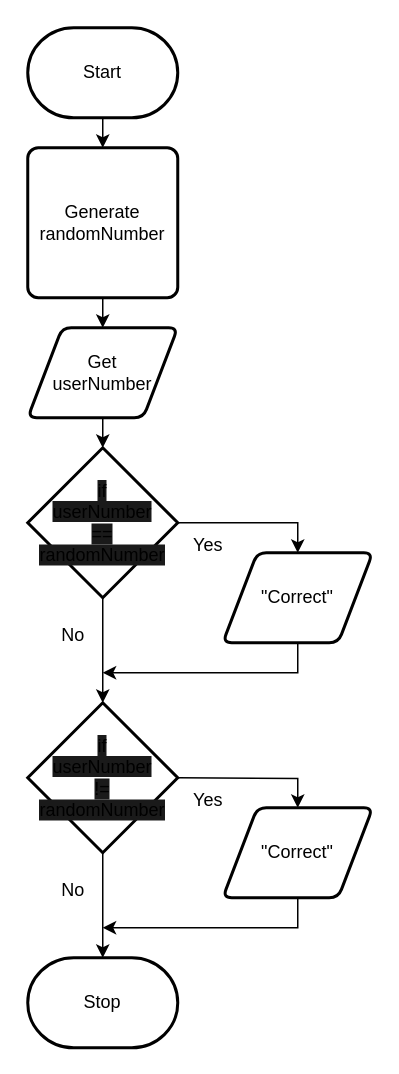
Earlier version of the draw.io diagram design/flowchart.drawio (MTHS-ICD2O-1-2024/ICD2O-Unit-5-01-peter-zerbinos). Source tidied: cells renumbered, new cells numbered last; positions are measured from the earlier drawing's top-left corner, leaving out a move shared by most shapes. Both pictures are drawn from the tidied source at 150%, with x=0, y=0 at pixel (27, 27).
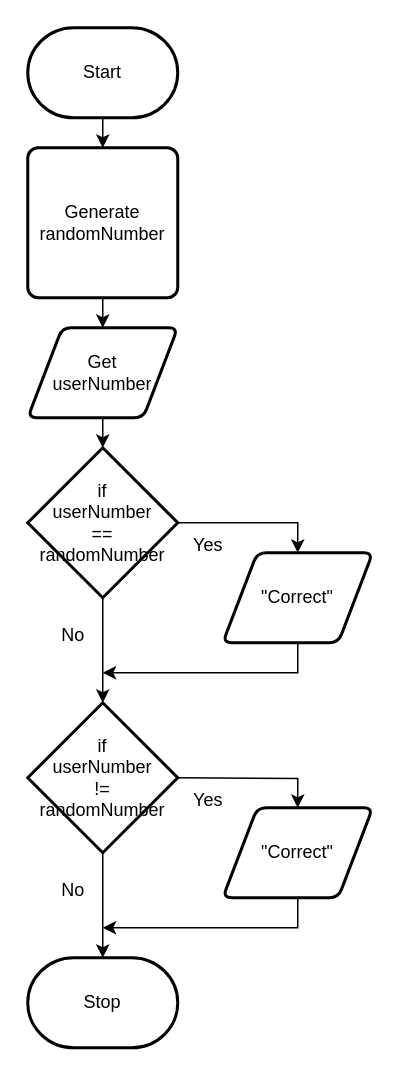
The same diagram, later.

What changed in the source:
```diff
@@
-    <mxCell id="9" value="&lt;span style=&quot;background-color: rgb(26, 26, 26);&quot;&gt;if&lt;/span&gt;&lt;div&gt;&lt;span style=&quot;background-color: rgb(26, 26, 26);&quot;&gt;userNumber&lt;/span&gt;&lt;/div&gt;&lt;div&gt;&lt;span style=&quot;background-color: rgb(26, 26, 26);&quot;&gt;==&lt;/span&gt;&lt;/div&gt;&lt;div&gt;&lt;span style=&quot;background-color: rgb(26, 26, 26);&quot;&gt;randomNumber&lt;/span&gt;&lt;/div&gt;" style="strokeWidth=2;html=1;shape=mxgraph.flowchart.decision;whiteSpace=wrap;" parent="1" vertex="1">
+    <mxCell id="9" value="if&lt;div&gt;userNumber&lt;/div&gt;&lt;div&gt;==&lt;/div&gt;&lt;div&gt;randomNumber&lt;/div&gt;" style="strokeWidth=2;html=1;shape=mxgraph.flowchart.decision;whiteSpace=wrap;" parent="1" vertex="1">
       <mxGeometry y="280" width="100" height="100" as="geometry" />
     </mxCell>
@@
-    <mxCell id="12" value="&lt;span style=&quot;background-color: rgb(26, 26, 26);&quot;&gt;if&lt;/span&gt;&lt;div&gt;&lt;span style=&quot;background-color: rgb(26, 26, 26);&quot;&gt;userNumber&lt;/span&gt;&lt;/div&gt;&lt;div&gt;&lt;span style=&quot;background-color: rgb(26, 26, 26);&quot;&gt;!=&lt;/span&gt;&lt;/div&gt;&lt;div&gt;&lt;span style=&quot;background-color: rgb(26, 26, 26);&quot;&gt;randomNumber&lt;/span&gt;&lt;/div&gt;" style="strokeWidth=2;html=1;shape=mxgraph.flowchart.decision;whiteSpace=wrap;" parent="1" vertex="1">
+    <mxCell id="12" value="if&lt;div&gt;userNumber&lt;/div&gt;&lt;div&gt;!=&lt;/div&gt;&lt;div&gt;randomNumber&lt;/div&gt;" style="strokeWidth=2;html=1;shape=mxgraph.flowchart.decision;whiteSpace=wrap;" parent="1" vertex="1">
       <mxGeometry y="450" width="100" height="100" as="geometry" />
     </mxCell>
```
